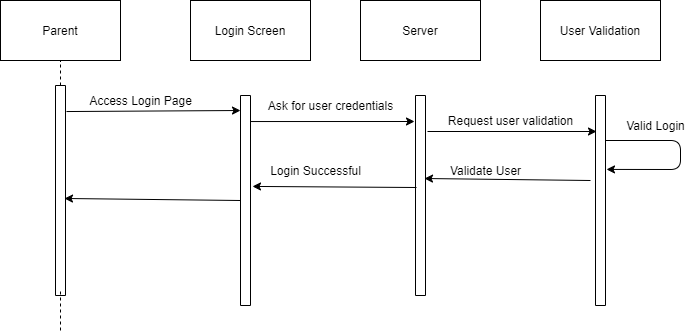
Before: Deliverables/Week_3/Use_Case/Parent/Sequence Diagrams/Registration.png, a diagram exported from draw.io (Hanandrof/Group-3-Repository). Source tidied: cells renumbered, new cells last; positions are measured from the earlier drawing's top-left corner, leaving out a move shared by most shapes.
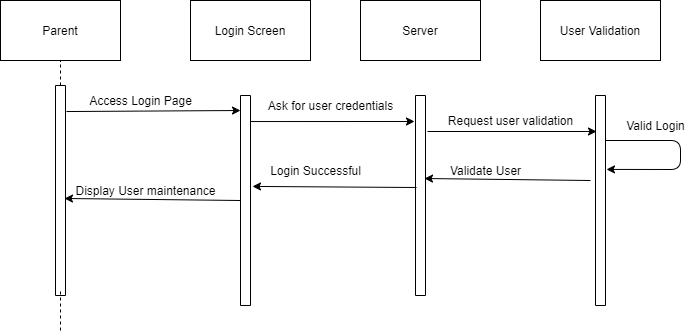
The same file after the commit.

Change to the diagram source:
```diff
@@ -87,5 +87,8 @@
     <mxCell id="24" value="Validate User" style="text;html=1;align=center;verticalAlign=middle;" parent="1" vertex="1">
       <mxGeometry x="440" y="160" width="90" height="20" as="geometry" />
     </mxCell>
+    <mxCell id="25" value="Display User maintenance" style="text;html=1;align=center;verticalAlign=middle;" parent="1" vertex="1">
+      <mxGeometry x="65" y="180" width="160" height="20" as="geometry" />
+    </mxCell>
   </root>
 </mxGraphModel>
```
